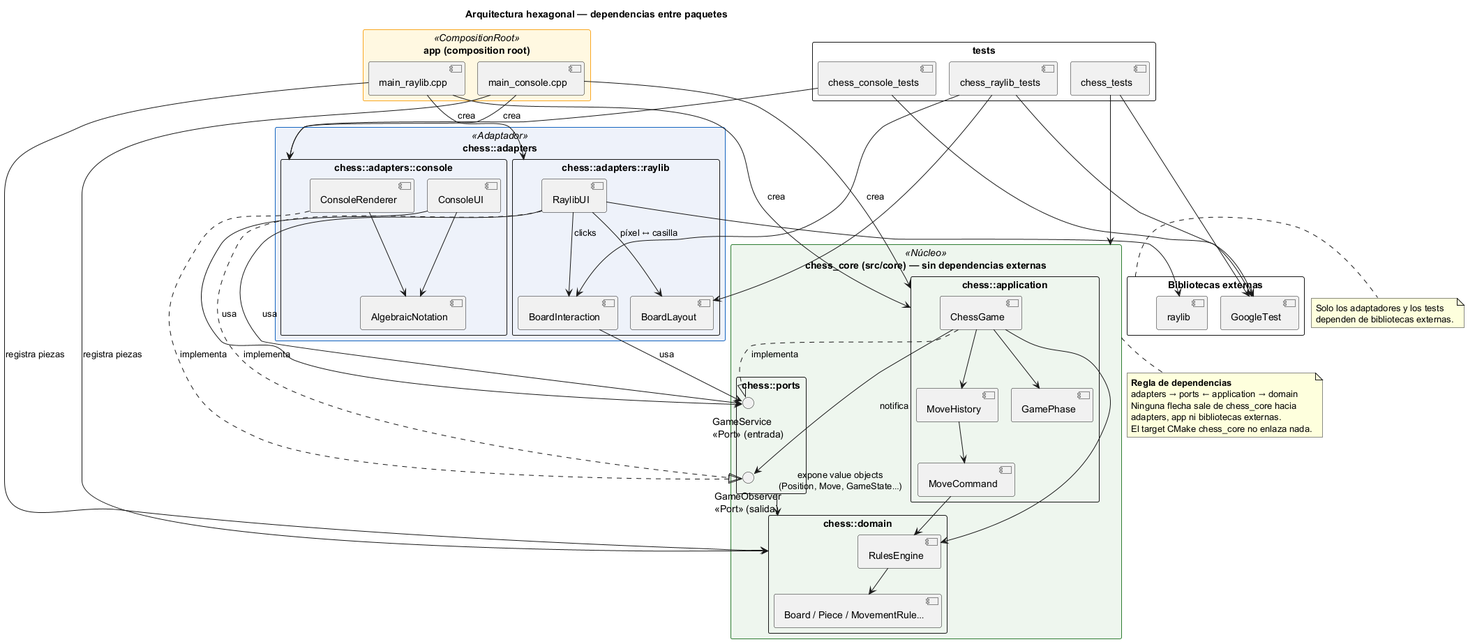
Earlier version of the PlantUML export docs/diagramas/export/componentes.png (hipolitogomezcuello/tp-chess).
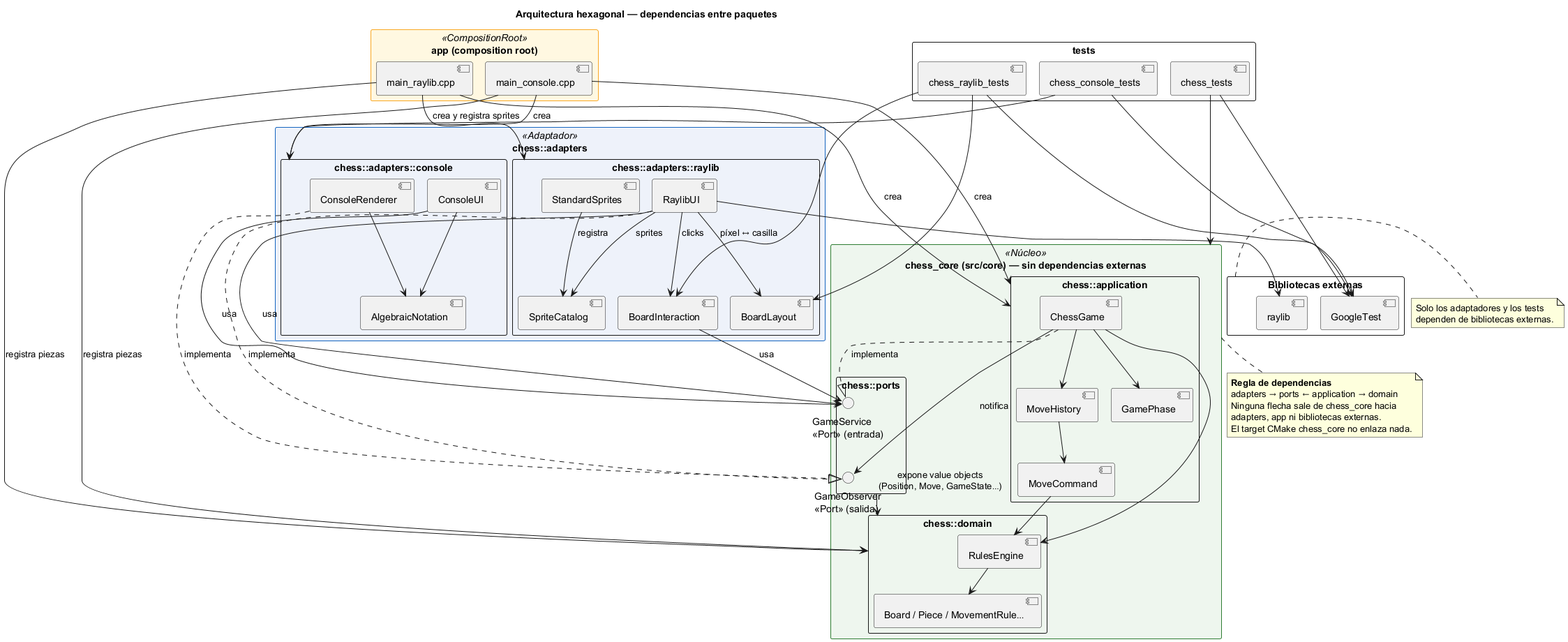
Later version of the same file.

Change to the diagram source:
```diff
@@ -29,6 +29,8 @@
     [RaylibUI]
     [BoardInteraction]
     [BoardLayout]
+    [SpriteCatalog]
+    [StandardSprites]
   }
 }
 
@@ -69,6 +71,8 @@
 [ConsoleRenderer] --> [AlgebraicNotation]
 [RaylibUI] --> [BoardInteraction] : clicks
 [RaylibUI] --> [BoardLayout] : píxel ↔ casilla
+[RaylibUI] --> [SpriteCatalog] : sprites
+[StandardSprites] --> [SpriteCatalog] : registra
 [BoardInteraction] --> GameService : usa
 [RaylibUI] --> raylibLib
 
@@ -85,7 +89,7 @@
 mainConsole --> console : crea
 mainConsole --> application : crea
 mainConsole --> domain : registra piezas
-mainRaylib --> raylibAdapter : crea
+mainRaylib --> raylibAdapter : crea y registra sprites
 mainRaylib --> application : crea
 mainRaylib --> domain : registra piezas
 
```
